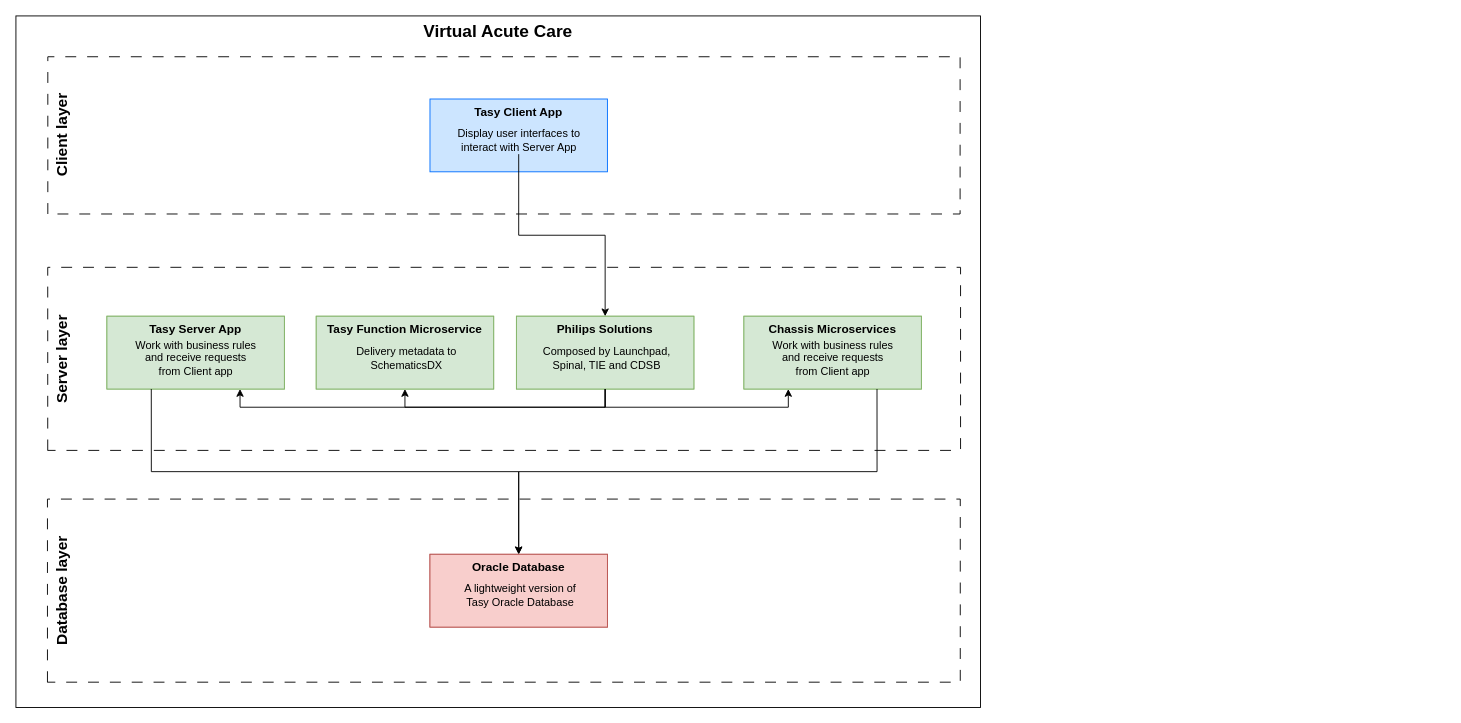
Earlier version of the draw.io diagram VAC NextGen - Architecture view.drawio (ez-philips/draw_io_diagrams). Source tidied: cells renumbered, new cells numbered last; positions are measured from the earlier drawing's top-left corner, leaving out a move shared by most shapes. Both pictures are drawn from the tidied source at 91%, with x=0, y=0 at pixel (15, -321).
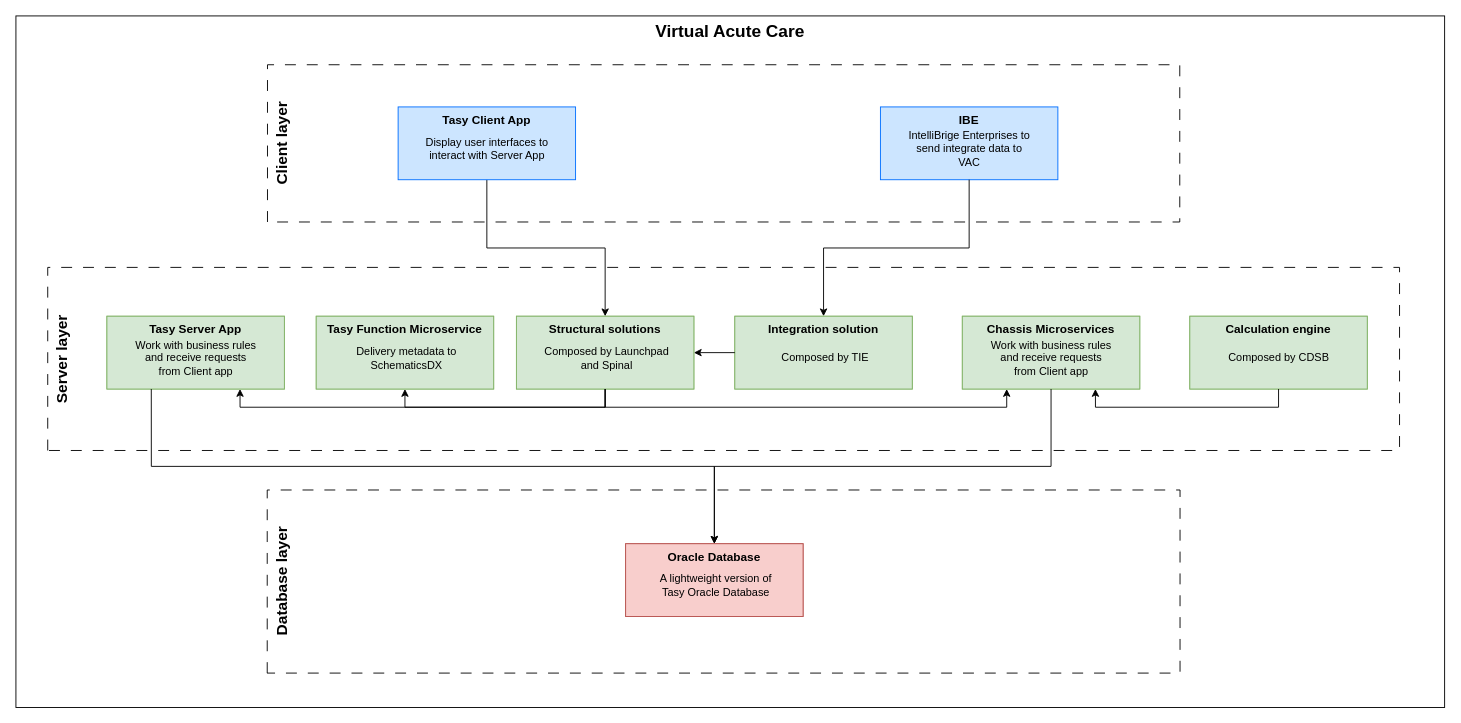
After the change.

Unchanged cells that the change refers to:
```xml
<mxCell id="12" value="&lt;b&gt;&lt;font style=&quot;font-size: 13px;&quot;&gt;Chassis Microservices&lt;/font&gt;&lt;br&gt;&lt;/b&gt;" style="rounded=0;whiteSpace=wrap;html=1;fillColor=#d5e8d4;strokeColor=#82b366;labelPosition=center;verticalLabelPosition=middle;align=center;verticalAlign=top;" parent="11" vertex="1">
  <mxGeometry width="195" height="80" as="geometry" />
</mxCell>
<mxCell id="14" style="group;fillColor=#d5e8d4;strokeColor=#82b366;" parent="1" vertex="1">
  <mxGeometry x="550" y="700" width="195" height="80" as="geometry" />
</mxCell>
<mxCell id="22" value="&lt;b&gt;&lt;span style=&quot;font-size: 13px;&quot;&gt;Oracle Database&lt;/span&gt;&lt;br&gt;&lt;/b&gt;" style="rounded=0;whiteSpace=wrap;html=1;fillColor=#f8cecc;strokeColor=#b85450;labelPosition=center;verticalLabelPosition=middle;align=center;verticalAlign=top;" parent="21" vertex="1">
  <mxGeometry width="195" height="80" as="geometry" />
</mxCell>
```

What changed in the source:
```diff
@@
     <mxCell id="2" value="&lt;font style=&quot;font-size: 19px;&quot;&gt;&lt;b&gt;Virtual Acute Care&lt;/b&gt;&lt;/font&gt;" style="rounded=0;whiteSpace=wrap;html=1;verticalAlign=top;" parent="1" vertex="1">
-      <mxGeometry y="370" width="1060" height="760" as="geometry" />
+      <mxGeometry y="370" width="1570" height="760" as="geometry" />
     </mxCell>
     <mxCell id="3" value="Client layer" style="rounded=0;whiteSpace=wrap;html=1;dashed=1;dashPattern=12 12;labelPosition=center;verticalLabelPosition=middle;align=center;verticalAlign=top;rotation=-90;fontSize=17;fontStyle=1;" parent="1" vertex="1">
-      <mxGeometry x="449.9" width="172.8" height="1002.5" as="geometry" />
+      <mxGeometry x="691.3" y="8.8" width="172.8" height="1002.5" as="geometry" />
     </mxCell>
     <mxCell id="4" value="Server layer" style="rounded=0;whiteSpace=wrap;html=1;dashed=1;dashPattern=12 12;labelPosition=center;verticalLabelPosition=middle;align=center;verticalAlign=top;rotation=-90;fontSize=17;fontStyle=1;" parent="1" vertex="1">
-      <mxGeometry x="435.9" y="245.3" width="201.2" height="1003.1" as="geometry" />
+      <mxGeometry x="677.1" y="4.2" width="201.2" height="1485.5" as="geometry" />
     </mxCell>
-    <mxCell id="5" style="group;" parent="1" vertex="1">
-      <mxGeometry x="455" y="461.3" width="195" height="80" as="geometry" />
-    </mxCell>
-    <mxCell id="6" value="&lt;b&gt;&lt;font style=&quot;font-size: 13px;&quot;&gt;Tasy Client App&lt;/font&gt;&lt;br&gt;&lt;/b&gt;" style="rounded=0;whiteSpace=wrap;html=1;fillColor=#cce5ff;strokeColor=#006eff;labelPosition=center;verticalLabelPosition=middle;align=center;verticalAlign=top;" parent="5" vertex="1">
-      <mxGeometry width="195" height="80" as="geometry" />
-    </mxCell>
-    <mxCell id="7" value="Display user interfaces to interact with Server App" style="text;html=1;strokeColor=none;fillColor=none;align=center;verticalAlign=middle;whiteSpace=wrap;rounded=0;" parent="5" vertex="1">
-      <mxGeometry x="27.5" y="30.6" width="140" height="30" as="geometry" />
-    </mxCell>
@@
     <mxCell id="11" style="group;fillColor=#d5e8d4;strokeColor=#82b366;" parent="1" vertex="1">
-      <mxGeometry x="800" y="700" width="195" height="80" as="geometry" />
+      <mxGeometry x="1040" y="700" width="195" height="80" as="geometry" />
     </mxCell>
@@
-    <mxCell id="15" value="&lt;b&gt;&lt;span style=&quot;font-size: 13px;&quot;&gt;Philips Solutions&lt;/span&gt;&lt;br&gt;&lt;/b&gt;" style="rounded=0;whiteSpace=wrap;html=1;fillColor=#d5e8d4;strokeColor=#82b366;labelPosition=center;verticalLabelPosition=middle;align=center;verticalAlign=top;" parent="14" vertex="1">
+    <mxCell id="15" value="&lt;b&gt;&lt;span style=&quot;font-size: 13px;&quot;&gt;Structural solutions&lt;/span&gt;&lt;br&gt;&lt;/b&gt;" style="rounded=0;whiteSpace=wrap;html=1;fillColor=#d5e8d4;strokeColor=#82b366;labelPosition=center;verticalLabelPosition=middle;align=center;verticalAlign=top;" parent="14" vertex="1">
       <mxGeometry width="195" height="80" as="geometry" />
     </mxCell>
-    <mxCell id="16" value="Composed by Launchpad, Spinal, TIE and CDSB" style="text;html=1;strokeColor=none;fillColor=none;align=center;verticalAlign=middle;whiteSpace=wrap;rounded=0;" parent="14" vertex="1">
+    <mxCell id="16" value="Composed by Launchpad and Spinal" style="text;html=1;strokeColor=none;fillColor=none;align=center;verticalAlign=middle;whiteSpace=wrap;rounded=0;" parent="14" vertex="1">
       <mxGeometry x="27.5" y="30.6" width="142.5" height="30" as="geometry" />
     </mxCell>
@@
     <mxCell id="20" value="Database layer" style="rounded=0;whiteSpace=wrap;html=1;dashed=1;dashPattern=12 12;labelPosition=center;verticalLabelPosition=middle;align=center;verticalAlign=top;rotation=-90;fontSize=17;fontStyle=1;" parent="1" vertex="1">
-      <mxGeometry x="435.6" y="500" width="201.2" height="1003.1" as="geometry" />
+      <mxGeometry x="677.1" y="490" width="201.2" height="1003.1" as="geometry" />
     </mxCell>
     <mxCell id="21" style="group;fillColor=#f8cecc;strokeColor=#b85450;" parent="1" vertex="1">
-      <mxGeometry x="455" y="961.6" width="195" height="80" as="geometry" />
+      <mxGeometry x="670" y="950" width="195" height="80" as="geometry" />
     </mxCell>
@@
-    <mxCell id="24" style="edgeStyle=orthogonalEdgeStyle;rounded=0;jettySize=auto;html=1;entryX=0.5;entryY=0;entryDx=0;entryDy=0;" parent="1" edge="1" source="7" target="15">
+    <mxCell id="24" style="edgeStyle=orthogonalEdgeStyle;rounded=0;jettySize=auto;html=1;entryX=0.5;entryY=0;entryDx=0;entryDy=0;exitX=0.5;exitY=1;exitDx=0;exitDy=0;" parent="1" edge="1" source="6" target="15">
       <mxGeometry relative="1" as="geometry" />
     </mxCell>
@@
-    <mxCell id="29" style="edgeStyle=orthogonalEdgeStyle;rounded=0;jettySize=auto;html=1;exitX=0.75;exitY=1;exitDx=0;exitDy=0;entryX=0.5;entryY=0;entryDx=0;entryDy=0;" parent="1" edge="1" source="12" target="22">
+    <mxCell id="29" style="edgeStyle=orthogonalEdgeStyle;rounded=0;jettySize=auto;html=1;exitX=0.5;exitY=1;exitDx=0;exitDy=0;entryX=0.5;entryY=0;entryDx=0;entryDy=0;" parent="1" edge="1" source="12" target="22">
       <mxGeometry relative="1" as="geometry" />
     </mxCell>
+    <mxCell id="30" style="group;" parent="1" vertex="1">
+      <mxGeometry x="950" y="470" width="195" height="80" as="geometry" />
+    </mxCell>
+    <mxCell id="31" value="&lt;b&gt;&lt;font style=&quot;font-size: 13px;&quot;&gt;IBE&lt;/font&gt;&lt;br&gt;&lt;/b&gt;" style="rounded=0;whiteSpace=wrap;html=1;fillColor=#cce5ff;strokeColor=#006eff;labelPosition=center;verticalLabelPosition=middle;align=center;verticalAlign=top;" parent="30" vertex="1">
+      <mxGeometry width="195" height="80" as="geometry" />
+    </mxCell>
+    <mxCell id="32" value="IntelliBrige Enterprises to send integrate data to VAC" style="text;html=1;strokeColor=none;fillColor=none;align=center;verticalAlign=middle;whiteSpace=wrap;rounded=0;" parent="30" vertex="1">
+      <mxGeometry x="27.5" y="30.6" width="140" height="30" as="geometry" />
+    </mxCell>
+    <mxCell id="33" style="edgeStyle=orthogonalEdgeStyle;rounded=0;jettySize=auto;html=1;entryX=0.5;entryY=0;entryDx=0;entryDy=0;exitX=0.5;exitY=1;exitDx=0;exitDy=0;" parent="1" edge="1" source="31" target="35">
+      <mxGeometry relative="1" as="geometry" />
+    </mxCell>
+    <mxCell id="34" style="group;fillColor=#d5e8d4;strokeColor=#82b366;" parent="1" vertex="1">
+      <mxGeometry x="790" y="700" width="195" height="80" as="geometry" />
+    </mxCell>
+    <mxCell id="35" value="&lt;b&gt;&lt;span style=&quot;font-size: 13px;&quot;&gt;Integration solution&lt;/span&gt;&lt;br&gt;&lt;/b&gt;" style="rounded=0;whiteSpace=wrap;html=1;fillColor=#d5e8d4;strokeColor=#82b366;labelPosition=center;verticalLabelPosition=middle;align=center;verticalAlign=top;" parent="34" vertex="1">
+      <mxGeometry width="195" height="80" as="geometry" />
+    </mxCell>
+    <mxCell id="36" value="Composed by TIE" style="text;html=1;strokeColor=none;fillColor=none;align=center;verticalAlign=middle;whiteSpace=wrap;rounded=0;" parent="34" vertex="1">
+      <mxGeometry x="27.5" y="30.6" width="142.5" height="30" as="geometry" />
+    </mxCell>
+    <mxCell id="5" style="group;" parent="1" vertex="1">
+      <mxGeometry x="420" y="470" width="195" height="80" as="geometry" />
+    </mxCell>
+    <mxCell id="6" value="&lt;b&gt;&lt;font style=&quot;font-size: 13px;&quot;&gt;Tasy Client App&lt;/font&gt;&lt;br&gt;&lt;/b&gt;" style="rounded=0;whiteSpace=wrap;html=1;fillColor=#cce5ff;strokeColor=#006eff;labelPosition=center;verticalLabelPosition=middle;align=center;verticalAlign=top;" parent="5" vertex="1">
+      <mxGeometry width="195" height="80" as="geometry" />
+    </mxCell>
+    <mxCell id="7" value="Display user interfaces to interact with Server App" style="text;html=1;strokeColor=none;fillColor=none;align=center;verticalAlign=middle;whiteSpace=wrap;rounded=0;" parent="5" vertex="1">
+      <mxGeometry x="27.5" y="30.6" width="140" height="30" as="geometry" />
+    </mxCell>
+    <mxCell id="37" style="edgeStyle=orthogonalEdgeStyle;rounded=0;jettySize=auto;html=1;entryX=1;entryY=0.5;entryDx=0;entryDy=0;exitX=0;exitY=0.5;exitDx=0;exitDy=0;" parent="1" edge="1" source="35" target="15">
+      <mxGeometry relative="1" as="geometry" />
+    </mxCell>
+    <mxCell id="38" style="group;fillColor=#d5e8d4;strokeColor=#82b366;" parent="1" vertex="1">
+      <mxGeometry x="1290" y="700" width="195" height="80" as="geometry" />
+    </mxCell>
+    <mxCell id="39" value="&lt;b&gt;&lt;font style=&quot;font-size: 13px;&quot;&gt;Calculation engine&lt;/font&gt;&lt;br&gt;&lt;/b&gt;" style="rounded=0;whiteSpace=wrap;html=1;fillColor=#d5e8d4;strokeColor=#82b366;labelPosition=center;verticalLabelPosition=middle;align=center;verticalAlign=top;" parent="38" vertex="1">
+      <mxGeometry width="195" height="80" as="geometry" />
+    </mxCell>
+    <mxCell id="40" value="Composed by CDSB" style="text;html=1;strokeColor=none;fillColor=none;align=center;verticalAlign=middle;whiteSpace=wrap;rounded=0;" parent="38" vertex="1">
+      <mxGeometry x="27.5" y="30.6" width="140" height="30" as="geometry" />
+    </mxCell>
+    <mxCell id="41" style="edgeStyle=orthogonalEdgeStyle;rounded=0;jettySize=auto;html=1;entryX=0.75;entryY=1;entryDx=0;entryDy=0;exitX=0.5;exitY=1;exitDx=0;exitDy=0;" parent="1" edge="1" source="39" target="12">
+      <mxGeometry relative="1" as="geometry" />
+    </mxCell>
```
